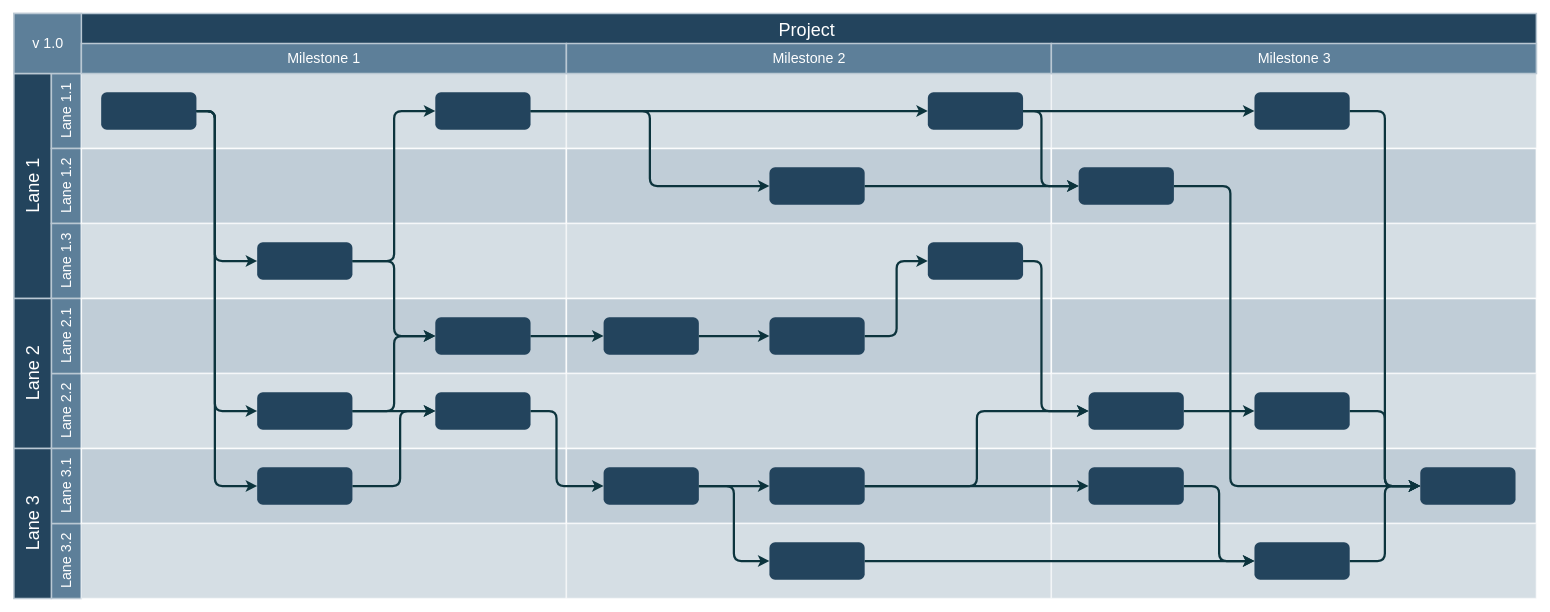
Above: project_documents/flowchart.drawio in priyaminhas/DappII-Final-Project (draw.io), before the change. Source tidied: cells renumbered, new cells numbered last; positions are measured from the earlier drawing's top-left corner, leaving out a move shared by most shapes. Both pictures are drawn from the tidied source at 75%, with x=0, y=0 at pixel (14, 13).
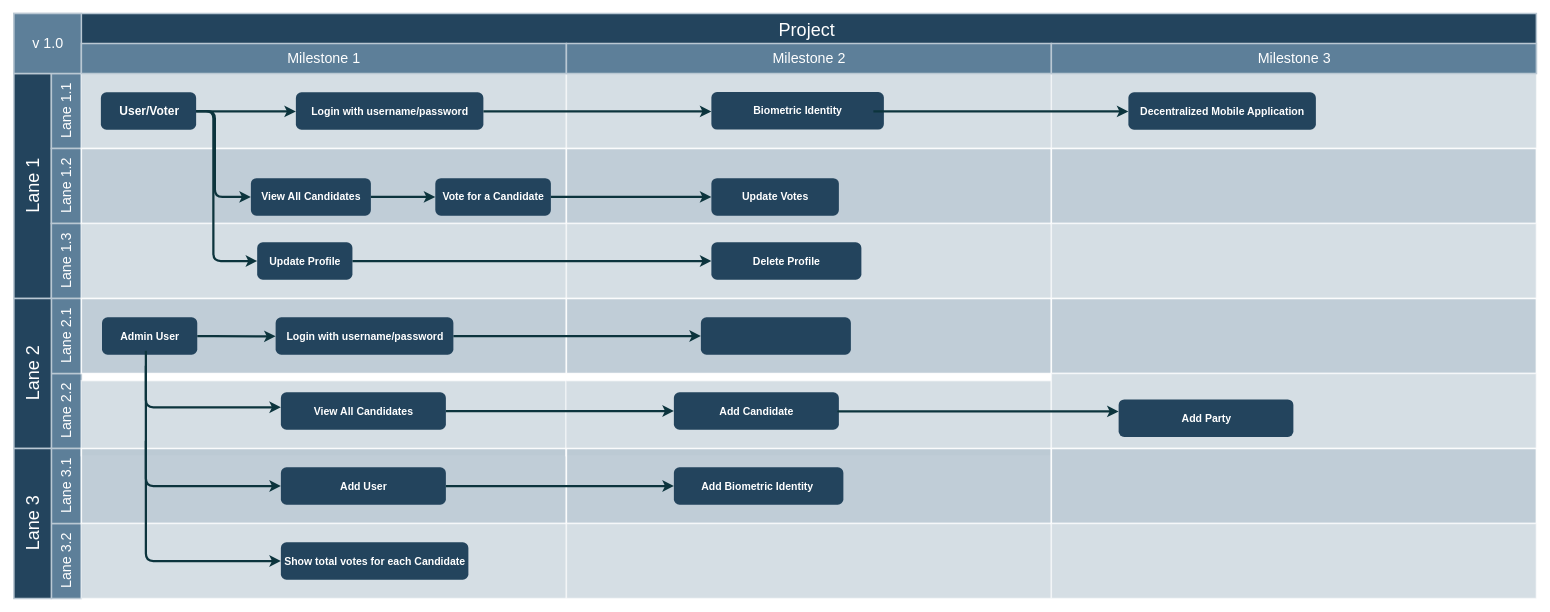
After the change.

Commit message:
voting_milestone_flowchart.drawio

The edit, as a diff of the source:
```diff
@@
     <mxCell id="18" style="strokeColor=#FFFFFF;fillColor=#BAC8D3;fontSize=18;strokeWidth=2;fontFamily=Helvetica;html=1;opacity=60;" parent="1" vertex="1">
-      <mxGeometry x="90" y="480.5" width="646.7" height="100" as="geometry" />
+      <mxGeometry x="90" y="490" width="646.7" height="100" as="geometry" />
     </mxCell>
@@
     <mxCell id="25" style="strokeColor=#FFFFFF;fillColor=#BAC8D3;fontSize=18;strokeWidth=2;fontFamily=Helvetica;html=1;opacity=60;" parent="1" vertex="1">
-      <mxGeometry x="736.7" y="480.5" width="646.7" height="100" as="geometry" />
+      <mxGeometry x="736" y="490" width="647.3" height="100" as="geometry" />
     </mxCell>
@@
     <mxCell id="35" style="edgeStyle=orthogonalEdgeStyle;rounded=1;jumpStyle=none;html=1;exitX=1;exitY=0.5;entryX=0;entryY=0.5;labelBackgroundColor=#ffffff;startArrow=none;startFill=0;endArrow=classic;jettySize=auto;strokeColor=#0C343D;strokeWidth=3;fontFamily=Helvetica;fontSize=11;fontColor=#000000;" parent="1" edge="1" source="36" target="38">
       <mxGeometry relative="1" as="geometry">
         <Array as="points">
-          <mxPoint x="268" y="130.5" />
-          <mxPoint x="268" y="330.5" />
+          <mxPoint x="268" y="131" />
+          <mxPoint x="268" y="245" />
         </Array>
       </mxGeometry>
     </mxCell>
     <mxCell id="36" style="rounded=1;fillColor=#23445D;strokeColor=none;strokeWidth=2;fontFamily=Helvetica;html=1;gradientColor=none;" parent="1" vertex="1">
-      <mxGeometry x="116.4" y="105.5" width="127" height="50" as="geometry" />
+      <mxGeometry x="116" y="105.5" width="127" height="50" as="geometry" />
     </mxCell>
-    <mxCell id="37" style="rounded=1;fillColor=#23445D;strokeColor=none;strokeWidth=2;fontFamily=Helvetica;html=1;gradientColor=none;" parent="1" vertex="1">
-      <mxGeometry x="561.9" y="105.5" width="127" height="50" as="geometry" />
+    <mxCell id="37" value="&lt;font color=&quot;#ffffff&quot; size=&quot;1&quot;&gt;&lt;b style=&quot;font-size: 14px&quot;&gt;Vote for a Candidate&lt;/b&gt;&lt;/font&gt;" style="rounded=1;fillColor=#23445D;strokeColor=none;strokeWidth=2;fontFamily=Helvetica;html=1;gradientColor=none;" parent="1" vertex="1">
+      <mxGeometry x="561.9" y="220" width="154.1" height="50" as="geometry" />
     </mxCell>
-    <mxCell id="38" style="rounded=1;fillColor=#23445D;strokeColor=none;strokeWidth=2;fontFamily=Helvetica;html=1;gradientColor=none;" parent="1" vertex="1">
-      <mxGeometry x="324.4" y="305.5" width="127" height="50" as="geometry" />
+    <mxCell id="38" value="&lt;font color=&quot;#ffffff&quot; style=&quot;font-size: 14px&quot;&gt;&lt;b&gt;View All Candidates&lt;/b&gt;&lt;/font&gt;" style="rounded=1;fillColor=#23445D;strokeColor=none;strokeWidth=2;fontFamily=Helvetica;html=1;gradientColor=none;" parent="1" vertex="1">
+      <mxGeometry x="316" y="220" width="160" height="50" as="geometry" />
     </mxCell>
-    <mxCell id="39" style="rounded=1;fillColor=#23445D;strokeColor=none;strokeWidth=2;fontFamily=Helvetica;html=1;gradientColor=none;" parent="1" vertex="1">
-      <mxGeometry x="561.9" y="405.5" width="127" height="50" as="geometry" />
-    </mxCell>
-    <mxCell id="40" style="rounded=1;fillColor=#23445D;strokeColor=none;strokeWidth=2;fontFamily=Helvetica;html=1;gradientColor=none;" parent="1" vertex="1">
-      <mxGeometry x="561.9" y="505.5" width="127" height="50" as="geometry" />
+    <mxCell id="40" value="&lt;font style=&quot;font-size: 14px&quot; color=&quot;#ffffff&quot;&gt;&lt;b&gt;Biometric Identity&lt;/b&gt;&lt;/font&gt;" style="rounded=1;fillColor=#23445D;strokeColor=none;strokeWidth=2;fontFamily=Helvetica;html=1;gradientColor=none;" parent="1" vertex="1">
+      <mxGeometry x="930" y="105.2" width="230" height="50" as="geometry" />
     </mxCell>
-    <mxCell id="41" style="rounded=1;fillColor=#23445D;strokeColor=none;strokeWidth=2;fontFamily=Helvetica;html=1;gradientColor=none;" parent="1" vertex="1">
-      <mxGeometry x="324.4" y="605.5" width="127" height="50" as="geometry" />
+    <mxCell id="41" value="&lt;font color=&quot;#ffffff&quot; style=&quot;font-size: 14px&quot;&gt;&lt;b&gt;Login with username/password&lt;/b&gt;&lt;/font&gt;" style="rounded=1;fillColor=#23445D;strokeColor=none;strokeWidth=2;fontFamily=Helvetica;html=1;gradientColor=none;" parent="1" vertex="1">
+      <mxGeometry x="376" y="105.5" width="250" height="50" as="geometry" />
     </mxCell>
-    <mxCell id="42" style="rounded=1;fillColor=#23445D;strokeColor=none;strokeWidth=2;fontFamily=Helvetica;html=1;gradientColor=none;" parent="1" vertex="1">
-      <mxGeometry x="324.4" y="505.5" width="127" height="50" as="geometry" />
+    <mxCell id="42" value="&lt;b&gt;&lt;font color=&quot;#ffffff&quot; style=&quot;font-size: 14px&quot;&gt;Update Profile&lt;/font&gt;&lt;/b&gt;" style="rounded=1;fillColor=#23445D;strokeColor=none;strokeWidth=2;fontFamily=Helvetica;html=1;gradientColor=none;" parent="1" vertex="1">
+      <mxGeometry x="324.4" y="305.5" width="127" height="50" as="geometry" />
     </mxCell>
-    <mxCell id="43" style="rounded=1;fillColor=#23445D;strokeColor=none;strokeWidth=2;fontFamily=Helvetica;html=1;gradientColor=none;" parent="1" vertex="1">
-      <mxGeometry x="1007.4" y="205.5" width="127" height="50" as="geometry" />
-    </mxCell>
-    <mxCell id="44" style="rounded=1;fillColor=#23445D;strokeColor=none;strokeWidth=2;fontFamily=Helvetica;html=1;gradientColor=none;" parent="1" vertex="1">
-      <mxGeometry x="1218.6" y="105.5" width="127" height="50" as="geometry" />
+    <mxCell id="44" value="&lt;font color=&quot;#ffffff&quot; style=&quot;font-size: 14px&quot;&gt;&lt;b&gt;Update Votes&lt;/b&gt;&lt;/font&gt;" style="rounded=1;fillColor=#23445D;strokeColor=none;strokeWidth=2;fontFamily=Helvetica;html=1;gradientColor=none;" parent="1" vertex="1">
+      <mxGeometry x="930" y="220" width="170" height="50" as="geometry" />
     </mxCell>
-    <mxCell id="45" style="rounded=1;fillColor=#23445D;strokeColor=none;strokeWidth=2;gradientColor=none;fontFamily=Helvetica;html=1;" parent="1" vertex="1">
-      <mxGeometry x="1875.2" y="605.5" width="127" height="50" as="geometry" />
+    <mxCell id="45" value="&lt;font color=&quot;#ffffff&quot; size=&quot;1&quot;&gt;&lt;b style=&quot;font-size: 14px&quot;&gt;Add Party&lt;/b&gt;&lt;/font&gt;" style="rounded=1;fillColor=#23445D;strokeColor=none;strokeWidth=2;gradientColor=none;fontFamily=Helvetica;html=1;" parent="1" vertex="1">
+      <mxGeometry x="1473" y="515" width="233" height="50" as="geometry" />
     </mxCell>
     <mxCell id="46" style="rounded=1;fillColor=#23445D;strokeColor=none;strokeWidth=2;fontFamily=Helvetica;html=1;gradientColor=none;" parent="1" vertex="1">
-      <mxGeometry x="1007.4" y="405.5" width="127" height="50" as="geometry" />
+      <mxGeometry x="916" y="405.5" width="200" height="50" as="geometry" />
     </mxCell>
-    <mxCell id="47" style="rounded=1;fillColor=#23445D;strokeColor=none;strokeWidth=2;fontFamily=Helvetica;html=1;gradientColor=none;" parent="1" vertex="1">
-      <mxGeometry x="1007.4" y="705.5" width="127" height="50" as="geometry" />
+    <mxCell id="47" value="&lt;font color=&quot;#ffffff&quot; size=&quot;1&quot;&gt;&lt;b style=&quot;font-size: 14px&quot;&gt;Add Candidate&lt;/b&gt;&lt;/font&gt;" style="rounded=1;fillColor=#23445D;strokeColor=none;strokeWidth=2;fontFamily=Helvetica;html=1;gradientColor=none;" parent="1" vertex="1">
+      <mxGeometry x="880" y="505.5" width="220" height="50" as="geometry" />
     </mxCell>
-    <mxCell id="48" style="rounded=1;fillColor=#23445D;strokeColor=none;strokeWidth=2;fontFamily=Helvetica;html=1;gradientColor=none;" parent="1" vertex="1">
-      <mxGeometry x="786.3" y="605.5" width="127" height="50" as="geometry" />
+    <mxCell id="48" value="&lt;b style=&quot;color: rgb(255 , 255 , 255) ; font-family: &amp;#34;helvetica&amp;#34; ; font-size: 14px ; font-style: normal ; letter-spacing: normal ; text-align: center ; text-indent: 0px ; text-transform: none ; word-spacing: 0px&quot;&gt;View All Candidates&lt;/b&gt;" style="rounded=1;fillColor=#23445D;strokeColor=none;strokeWidth=2;fontFamily=Helvetica;html=1;gradientColor=none;" parent="1" vertex="1">
+      <mxGeometry x="356" y="505.5" width="220" height="50" as="geometry" />
     </mxCell>
-    <mxCell id="49" style="rounded=1;fillColor=#23445D;strokeColor=none;strokeWidth=2;fontFamily=Helvetica;html=1;gradientColor=none;" parent="1" vertex="1">
-      <mxGeometry x="1007.4" y="605.5" width="127" height="50" as="geometry" />
+    <mxCell id="49" value="&lt;font style=&quot;font-size: 14px&quot; color=&quot;#ffffff&quot;&gt;&lt;b&gt;Add User&lt;/b&gt;&lt;/font&gt;" style="rounded=1;fillColor=#23445D;strokeColor=none;strokeWidth=2;fontFamily=Helvetica;html=1;gradientColor=none;" parent="1" vertex="1">
+      <mxGeometry x="356" y="605.5" width="220" height="50" as="geometry" />
     </mxCell>
-    <mxCell id="50" style="rounded=1;fillColor=#23445D;strokeColor=none;strokeWidth=2;fontFamily=Helvetica;html=1;gradientColor=none;" parent="1" vertex="1">
-      <mxGeometry x="786.3" y="405.5" width="127" height="50" as="geometry" />
+    <mxCell id="50" value="&lt;b&gt;&lt;font style=&quot;font-size: 14px&quot; color=&quot;#ffffff&quot;&gt;Login with username/password&lt;/font&gt;&lt;/b&gt;" style="rounded=1;fillColor=#23445D;strokeColor=none;strokeWidth=2;fontFamily=Helvetica;html=1;gradientColor=none;" parent="1" vertex="1">
+      <mxGeometry x="349" y="405.5" width="237" height="50" as="geometry" />
     </mxCell>
-    <mxCell id="51" style="rounded=1;fillColor=#23445D;strokeColor=none;strokeWidth=2;fontFamily=Helvetica;html=1;gradientColor=none;" parent="1" vertex="1">
-      <mxGeometry x="1218.6" y="305.5" width="127" height="50" as="geometry" />
+    <mxCell id="51" value="&lt;font style=&quot;font-size: 14px&quot; color=&quot;#ffffff&quot;&gt;&lt;b&gt;Show total votes for each Candidate&lt;/b&gt;&lt;/font&gt;" style="rounded=1;fillColor=#23445D;strokeColor=none;strokeWidth=2;fontFamily=Helvetica;html=1;gradientColor=none;" parent="1" vertex="1">
+      <mxGeometry x="356" y="705.5" width="250" height="50" as="geometry" />
     </mxCell>
-    <mxCell id="52" style="rounded=1;fillColor=#23445D;strokeColor=none;strokeWidth=2;gradientColor=none;fontFamily=Helvetica;html=1;" parent="1" vertex="1">
-      <mxGeometry x="1432.9" y="505.5" width="127" height="50" as="geometry" />
-    </mxCell>
-    <mxCell id="53" style="rounded=1;fillColor=#23445D;strokeColor=none;strokeWidth=2;gradientColor=none;fontFamily=Helvetica;html=1;" parent="1" vertex="1">
-      <mxGeometry x="1654.1" y="505.5" width="127" height="50" as="geometry" />
-    </mxCell>
-    <mxCell id="54" style="rounded=1;fillColor=#23445D;strokeColor=none;strokeWidth=2;gradientColor=none;fontFamily=Helvetica;html=1;" parent="1" vertex="1">
-      <mxGeometry x="1419.7" y="205.5" width="127" height="50" as="geometry" />
-    </mxCell>
-    <mxCell id="55" style="rounded=1;fillColor=#23445D;strokeColor=none;strokeWidth=2;gradientColor=none;fontFamily=Helvetica;html=1;" parent="1" vertex="1">
-      <mxGeometry x="1432.9" y="605.5" width="127" height="50" as="geometry" />
+    <mxCell id="55" value="&lt;font color=&quot;#ffffff&quot; style=&quot;font-size: 14px&quot;&gt;&lt;b&gt;Add Biometric Identity&amp;nbsp;&lt;/b&gt;&lt;/font&gt;" style="rounded=1;fillColor=#23445D;strokeColor=none;strokeWidth=2;gradientColor=none;fontFamily=Helvetica;html=1;" parent="1" vertex="1">
+      <mxGeometry x="880" y="605.5" width="226" height="50" as="geometry" />
     </mxCell>
-    <mxCell id="56" style="rounded=1;fillColor=#23445D;strokeColor=none;strokeWidth=2;gradientColor=none;fontFamily=Helvetica;html=1;" parent="1" vertex="1">
-      <mxGeometry x="1654.1" y="705.5" width="127" height="50" as="geometry" />
-    </mxCell>
-    <mxCell id="57" style="rounded=1;fillColor=#23445D;strokeColor=none;strokeWidth=2;gradientColor=none;fontFamily=Helvetica;html=1;" parent="1" vertex="1">
-      <mxGeometry x="1654.1" y="105.5" width="127" height="50" as="geometry" />
+    <mxCell id="57" value="&lt;font color=&quot;#ffffff&quot; style=&quot;font-size: 14px&quot;&gt;&lt;b&gt;Decentralized Mobile Application&lt;/b&gt;&lt;/font&gt;" style="rounded=1;fillColor=#23445D;strokeColor=none;strokeWidth=2;gradientColor=none;fontFamily=Helvetica;html=1;" parent="1" vertex="1">
+      <mxGeometry x="1486" y="105.5" width="250" height="50" as="geometry" />
     </mxCell>
     <mxCell id="58" style="edgeStyle=elbowEdgeStyle;elbow=horizontal;strokeWidth=3;strokeColor=#0C343D;fontFamily=Helvetica;html=1;" parent="1" edge="1" source="36" target="42">
       <mxGeometry x="6.4" y="830.5" as="geometry">
         <Array as="points">
+          <mxPoint x="266" y="290" />
+          <mxPoint x="286" y="331" />
+          <mxPoint x="266" y="340" />
+          <mxPoint x="266" y="290" />
+          <mxPoint x="286" y="331" />
           <mxPoint x="268" y="343.5" />
         </Array>
       </mxGeometry>
     </mxCell>
     <mxCell id="59" style="edgeStyle=elbowEdgeStyle;elbow=horizontal;strokeWidth=3;strokeColor=#0C343D;fontFamily=Helvetica;html=1;" parent="1" edge="1" source="36" target="41">
       <mxGeometry x="6.4" y="830.5" as="geometry">
         <Array as="points">
+          <mxPoint x="336" y="131" />
           <mxPoint x="268" y="252.5" />
         </Array>
       </mxGeometry>
     </mxCell>
@@
-    <mxCell id="61" style="edgeStyle=elbowEdgeStyle;elbow=horizontal;strokeWidth=3;strokeColor=#0C343D;fontFamily=Helvetica;html=1;" parent="1" edge="1" source="38" target="39">
-      <mxGeometry x="6.4" y="830.5" as="geometry" />
-    </mxCell>
-    <mxCell id="62" style="edgeStyle=elbowEdgeStyle;elbow=horizontal;strokeWidth=3;strokeColor=#0C343D;fontFamily=Helvetica;html=1;" parent="1" edge="1" source="42" target="39">
-      <mxGeometry x="6.4" y="830.5" as="geometry" />
+    <mxCell id="62" style="edgeStyle=elbowEdgeStyle;elbow=horizontal;strokeWidth=3;strokeColor=#0C343D;fontFamily=Helvetica;html=1;entryX=0;entryY=0.5;entryDx=0;entryDy=0;exitX=1;exitY=0.5;exitDx=0;exitDy=0;" parent="1" edge="1" source="42" target="94">
+      <mxGeometry x="6.4" y="830.5" as="geometry">
+        <Array as="points">
+          <mxPoint x="916" y="340" />
+          <mxPoint x="926" y="331" />
+        </Array>
+      </mxGeometry>
     </mxCell>
-    <mxCell id="63" style="edgeStyle=elbowEdgeStyle;elbow=horizontal;strokeWidth=3;strokeColor=#0C343D;fontFamily=Helvetica;html=1;" parent="1" edge="1" source="42" target="40">
-      <mxGeometry x="6.4" y="830.5" as="geometry" />
-    </mxCell>
     <mxCell id="64" style="edgeStyle=elbowEdgeStyle;elbow=horizontal;strokeWidth=3;strokeColor=#0C343D;fontFamily=Helvetica;html=1;" parent="1" edge="1" source="41" target="40">
       <mxGeometry x="6.4" y="830.5" as="geometry">
         <Array as="points">
+          <mxPoint x="786" y="131" />
+          <mxPoint x="816" y="140" />
+          <mxPoint x="676" y="170" />
           <mxPoint x="515" y="584.5" />
         </Array>
       </mxGeometry>
     </mxCell>
-    <mxCell id="65" style="edgeStyle=elbowEdgeStyle;elbow=horizontal;strokeWidth=3;strokeColor=#0C343D;fontFamily=Helvetica;html=1;" parent="1" edge="1" source="37" target="43">
-      <mxGeometry x="6.4" y="830.5" as="geometry" />
-    </mxCell>
-    <mxCell id="66" style="edgeStyle=elbowEdgeStyle;elbow=horizontal;strokeWidth=3;strokeColor=#0C343D;fontFamily=Helvetica;html=1;" parent="1" edge="1" source="39" target="50">
-      <mxGeometry x="6.4" y="830.5" as="geometry" />
+    <mxCell id="66" style="edgeStyle=elbowEdgeStyle;elbow=horizontal;strokeWidth=3;strokeColor=#0C343D;fontFamily=Helvetica;html=1;exitX=1;exitY=0.5;exitDx=0;exitDy=0;" parent="1" edge="1" source="91" target="50">
+      <mxGeometry x="6.4" y="830.5" as="geometry">
+        <Array as="points">
+          <mxPoint x="256" y="431" />
+          <mxPoint x="674" y="400" />
+        </Array>
+      </mxGeometry>
     </mxCell>
@@
-    <mxCell id="69" style="edgeStyle=elbowEdgeStyle;elbow=horizontal;strokeWidth=3;strokeColor=#0C343D;fontFamily=Helvetica;html=1;" parent="1" edge="1" source="40" target="48">
-      <mxGeometry x="6.4" y="830.5" as="geometry">
-        <Array as="points">
-          <mxPoint x="723.5" y="580.5" />
-        </Array>
-      </mxGeometry>
-    </mxCell>
-    <mxCell id="70" style="edgeStyle=elbowEdgeStyle;elbow=horizontal;strokeWidth=3;strokeColor=#0C343D;fontFamily=Helvetica;html=1;" parent="1" edge="1" source="48" target="49">
-      <mxGeometry x="6.4" y="830.5" as="geometry" />
+    <mxCell id="70" style="edgeStyle=elbowEdgeStyle;elbow=horizontal;strokeWidth=3;strokeColor=#0C343D;fontFamily=Helvetica;html=1;" parent="1" edge="1" target="49">
+      <mxGeometry x="6.4" y="830.5" as="geometry">
+        <mxPoint x="176" y="470" as="sourcePoint" />
+        <Array as="points">
+          <mxPoint x="176" y="530" />
+          <mxPoint x="286" y="540" />
+        </Array>
+      </mxGeometry>
     </mxCell>
-    <mxCell id="71" style="edgeStyle=elbowEdgeStyle;elbow=horizontal;strokeWidth=3;strokeColor=#0C343D;fontFamily=Helvetica;html=1;" parent="1" edge="1" source="48" target="47">
-      <mxGeometry x="6.4" y="830.5" as="geometry" />
+    <mxCell id="71" style="edgeStyle=elbowEdgeStyle;elbow=horizontal;strokeWidth=3;strokeColor=#0C343D;fontFamily=Helvetica;html=1;exitX=1;exitY=0.5;exitDx=0;exitDy=0;entryX=0;entryY=0.5;entryDx=0;entryDy=0;entryPerimeter=0;" parent="1" edge="1" source="48" target="47">
+      <mxGeometry x="6.4" y="830.5" as="geometry">
+        <Array as="points">
+          <mxPoint x="826" y="540" />
+          <mxPoint x="176" y="520" />
+          <mxPoint x="376" y="560" />
+          <mxPoint x="226" y="450" />
+        </Array>
+      </mxGeometry>
     </mxCell>
-    <mxCell id="72" style="edgeStyle=elbowEdgeStyle;elbow=horizontal;strokeWidth=3;strokeColor=#0C343D;fontFamily=Helvetica;html=1;" parent="1" edge="1" source="47" target="56">
-      <mxGeometry x="6.4" y="830.5" as="geometry" />
-    </mxCell>
-    <mxCell id="73" style="edgeStyle=elbowEdgeStyle;elbow=horizontal;strokeWidth=3;strokeColor=#0C343D;fontFamily=Helvetica;html=1;" parent="1" edge="1" source="56" target="45">
-      <mxGeometry x="6.4" y="830.5" as="geometry" />
-    </mxCell>
-    <mxCell id="74" style="edgeStyle=elbowEdgeStyle;elbow=horizontal;strokeWidth=3;strokeColor=#0C343D;fontFamily=Helvetica;html=1;" parent="1" edge="1" source="54" target="45">
-      <mxGeometry x="6.4" y="830.5" as="geometry">
-        <Array as="points">
-          <mxPoint x="1622" y="430.5" />
-        </Array>
-      </mxGeometry>
-    </mxCell>
-    <mxCell id="75" style="edgeStyle=elbowEdgeStyle;elbow=horizontal;strokeWidth=3;strokeColor=#0C343D;fontFamily=Helvetica;html=1;" parent="1" edge="1" source="55" target="56">
-      <mxGeometry x="6.4" y="830.5" as="geometry" />
-    </mxCell>
-    <mxCell id="76" style="edgeStyle=elbowEdgeStyle;elbow=horizontal;strokeWidth=3;strokeColor=#0C343D;fontFamily=Helvetica;html=1;" parent="1" edge="1" source="49" target="52">
-      <mxGeometry x="6.4" y="830.5" as="geometry" />
-    </mxCell>
@@
-    <mxCell id="78" style="edgeStyle=elbowEdgeStyle;elbow=horizontal;strokeWidth=3;strokeColor=#0C343D;fontFamily=Helvetica;html=1;" parent="1" edge="1" source="46" target="51">
-      <mxGeometry x="6.4" y="830.5" as="geometry" />
-    </mxCell>
-    <mxCell id="79" style="edgeStyle=elbowEdgeStyle;elbow=horizontal;strokeWidth=3;strokeColor=#0C343D;fontFamily=Helvetica;html=1;" parent="1" edge="1" source="43" target="54">
-      <mxGeometry x="6.4" y="830.5" as="geometry" />
-    </mxCell>
-    <mxCell id="80" style="edgeStyle=elbowEdgeStyle;elbow=horizontal;strokeWidth=3;strokeColor=#0C343D;fontFamily=Helvetica;html=1;" parent="1" edge="1" source="44" target="54">
-      <mxGeometry x="6.4" y="830.5" as="geometry">
-        <Array as="points">
-          <mxPoint x="1370.1" y="180.5" />
-        </Array>
-      </mxGeometry>
-    </mxCell>
-    <mxCell id="81" style="edgeStyle=elbowEdgeStyle;elbow=horizontal;strokeWidth=3;strokeColor=#0C343D;fontFamily=Helvetica;html=1;" parent="1" edge="1" source="44" target="57">
-      <mxGeometry x="6.4" y="830.5" as="geometry" />
+    <mxCell id="81" style="edgeStyle=elbowEdgeStyle;elbow=horizontal;strokeWidth=3;strokeColor=#0C343D;fontFamily=Helvetica;html=1;" parent="1" edge="1" target="57">
+      <mxGeometry x="6.4" y="830.5" as="geometry">
+        <mxPoint x="1146" y="131" as="sourcePoint" />
+        <Array as="points">
+          <mxPoint x="1146" y="131" />
+        </Array>
+      </mxGeometry>
     </mxCell>
-    <mxCell id="82" style="edgeStyle=elbowEdgeStyle;elbow=horizontal;strokeWidth=3;strokeColor=#0C343D;fontFamily=Helvetica;html=1;" parent="1" edge="1" source="57" target="45">
-      <mxGeometry x="6.4" y="830.5" as="geometry" />
-    </mxCell>
-    <mxCell id="83" style="edgeStyle=elbowEdgeStyle;elbow=horizontal;strokeWidth=3;strokeColor=#0C343D;fontFamily=Helvetica;html=1;" parent="1" edge="1" source="53" target="45">
-      <mxGeometry x="6.4" y="830.5" as="geometry" />
+    <mxCell id="83" style="edgeStyle=elbowEdgeStyle;elbow=horizontal;strokeWidth=3;strokeColor=#0C343D;fontFamily=Helvetica;html=1;" parent="1" edge="1" target="45">
+      <mxGeometry x="6.4" y="830.5" as="geometry">
+        <mxPoint x="1106" y="531" as="sourcePoint" />
+        <Array as="points">
+          <mxPoint x="1096" y="531" />
+        </Array>
+      </mxGeometry>
     </mxCell>
-    <mxCell id="84" style="edgeStyle=elbowEdgeStyle;elbow=horizontal;strokeWidth=3;strokeColor=#0C343D;fontFamily=Helvetica;html=1;" parent="1" edge="1" source="52" target="53">
-      <mxGeometry x="6.4" y="830.5" as="geometry" />
-    </mxCell>
-    <mxCell id="85" style="edgeStyle=elbowEdgeStyle;elbow=horizontal;strokeWidth=3;strokeColor=#0C343D;fontFamily=Helvetica;html=1;" parent="1" edge="1" source="51" target="52">
-      <mxGeometry x="6.4" y="830.5" as="geometry">
-        <Array as="points">
-          <mxPoint x="1370.1" y="430.5" />
-        </Array>
-      </mxGeometry>
-    </mxCell>
@@
+    <mxCell id="90" value="&lt;b&gt;&lt;font color=&quot;#ffffff&quot; style=&quot;font-size: 16px&quot;&gt;User/Voter&lt;/font&gt;&lt;/b&gt;" style="text;html=1;strokeColor=none;fillColor=none;align=center;verticalAlign=middle;whiteSpace=wrap;rounded=0;" parent="1" vertex="1">
+      <mxGeometry x="136" y="120" width="90" height="20.5" as="geometry" />
+    </mxCell>
+    <mxCell id="91" value="&lt;font color=&quot;#ffffff&quot; size=&quot;1&quot;&gt;&lt;b style=&quot;font-size: 14px&quot;&gt;Admin User&lt;/b&gt;&lt;/font&gt;" style="rounded=1;fillColor=#23445D;strokeColor=none;strokeWidth=2;fontFamily=Helvetica;html=1;gradientColor=none;" parent="1" vertex="1">
+      <mxGeometry x="117.5" y="405.5" width="127" height="50" as="geometry" />
+    </mxCell>
+    <mxCell id="92" style="edgeStyle=elbowEdgeStyle;elbow=horizontal;strokeWidth=3;strokeColor=#0C343D;fontFamily=Helvetica;html=1;" parent="1" edge="1">
+      <mxGeometry x="-139.3" y="725.5" as="geometry">
+        <mxPoint x="176" y="450" as="sourcePoint" />
+        <mxPoint x="356" y="525.5" as="targetPoint" />
+        <Array as="points">
+          <mxPoint x="176" y="479.5" />
+        </Array>
+      </mxGeometry>
+    </mxCell>
+    <mxCell id="93" style="edgeStyle=elbowEdgeStyle;elbow=horizontal;strokeWidth=3;strokeColor=#0C343D;fontFamily=Helvetica;html=1;" parent="1" edge="1">
+      <mxGeometry x="6.4" y="930.5" as="geometry">
+        <mxPoint x="176" y="570" as="sourcePoint" />
+        <mxPoint x="356" y="730.5" as="targetPoint" />
+        <Array as="points">
+          <mxPoint x="176" y="630" />
+          <mxPoint x="286" y="640" />
+        </Array>
+      </mxGeometry>
+    </mxCell>
+    <mxCell id="94" value="&lt;font color=&quot;#ffffff&quot; style=&quot;font-size: 14px&quot;&gt;&lt;b&gt;Delete Profile&lt;/b&gt;&lt;/font&gt;" style="rounded=1;fillColor=#23445D;strokeColor=none;strokeWidth=2;fontFamily=Helvetica;html=1;gradientColor=none;" parent="1" vertex="1">
+      <mxGeometry x="930" y="305.5" width="200" height="50" as="geometry" />
+    </mxCell>
```
